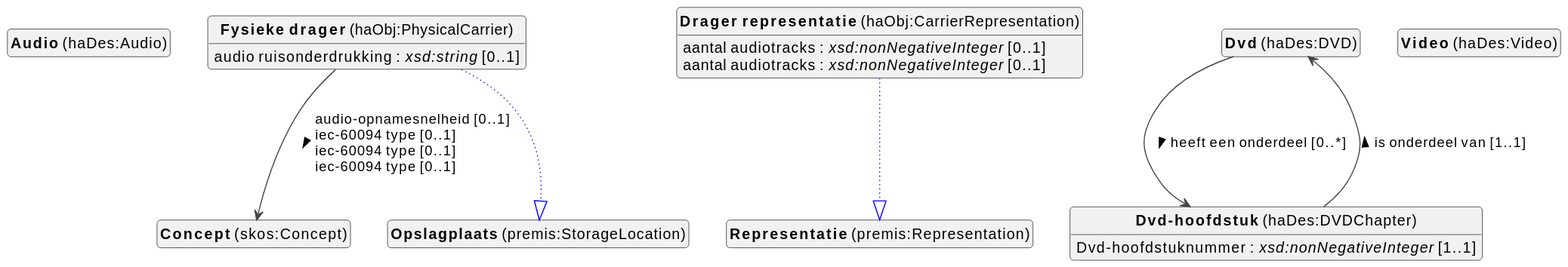
Above: docs/metadata/knowledge-graph/0.0.1/audiovisual/nl/audiovisual-diagram.svg in viaacode/documentation-jekyll (PlantUML), before the change. Its diagram source:
```plantuml
@startuml
!theme vibrant
skinparam classFontSize 14
!define LIGHTORANGE
skinparam componentStyle uml2
skinparam wrapMessageWidth 1000
skinparam wrapWidth 1000
skinparam shadowing false
skinparam ArrowMessageAlignment left
top to bottom direction


class "<b>Audio</b> (haDes:Audio)" as haDes_Audio [[#haDes%3AAudio]]
class "<b>Concept</b> (skos:Concept)" as skos_Concept [[../../terms/nl#skos%3AConcept]]
class "<b>Drager representatie</b> (haObj:CarrierRepresentation)" as haObj_CarrierRepresentation [[#haObj%3ACarrierRepresentation]]
class "<b>Representatie</b> (premis:Representation)" as premis_Representation [[#premis%3ARepresentation]]
class "<b>Dvd</b> (haDes:DVD)" as haDes_DVD [[#haDes%3ADVD]]
class "<b>Dvd-hoofdstuk</b> (haDes:DVDChapter)" as haDes_DVDChapter [[#haDes%3ADVDChapter]]
class "<b>Fysieke drager</b> (haObj:PhysicalCarrier)" as haObj_PhysicalCarrier [[#haObj%3APhysicalCarrier]]
class "<b>Opslagplaats</b> (premis:StorageLocation)" as premis_StorageLocation [[#premis%3AStorageLocation]]
class "<b>Video</b> (haDes:Video)" as haDes_Video [[#haDes%3AVideo]]





haObj_CarrierRepresentation --|> premis_Representation #blue;line.dotted;text:blue

haObj_CarrierRepresentation : aantal audiotracks : <i>xsd:nonNegativeInteger</i> [0..1]
haObj_CarrierRepresentation : aantal audiotracks : <i>xsd:nonNegativeInteger</i> [0..1]



haDes_DVD --> haDes_DVDChapter :heeft een onderdeel [0..*]  >


haDes_DVDChapter : Dvd-hoofdstuknummer : <i>xsd:nonNegativeInteger</i> [1..1]
haDes_DVDChapter --> haDes_DVD :is onderdeel van [1..1]  >


haObj_PhysicalCarrier --|> premis_StorageLocation #blue;line.dotted;text:blue

haObj_PhysicalCarrier : audio ruisonderdrukking : <i>xsd:string</i> [0..1]
haObj_PhysicalCarrier --> skos_Concept :audio-opnamesnelheid [0..1]  \liec-60094 type [0..1]  \liec-60094 type [0..1]  \liec-60094 type [0..1]  >





hide circle
hide methods
hide empty members
@enduml
```
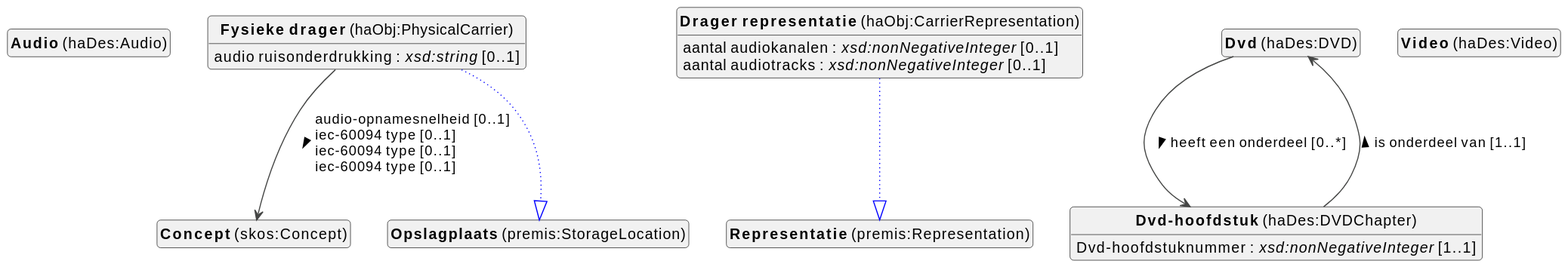
After the change.

The edit, as a diff of the source:
```diff
@@ -26,7 +26,7 @@
 
 haObj_CarrierRepresentation --|> premis_Representation #blue;line.dotted;text:blue
 
-haObj_CarrierRepresentation : aantal audiotracks : <i>xsd:nonNegativeInteger</i> [0..1]
+haObj_CarrierRepresentation : aantal audiokanalen : <i>xsd:nonNegativeInteger</i> [0..1]
 haObj_CarrierRepresentation : aantal audiotracks : <i>xsd:nonNegativeInteger</i> [0..1]
 
 
```
